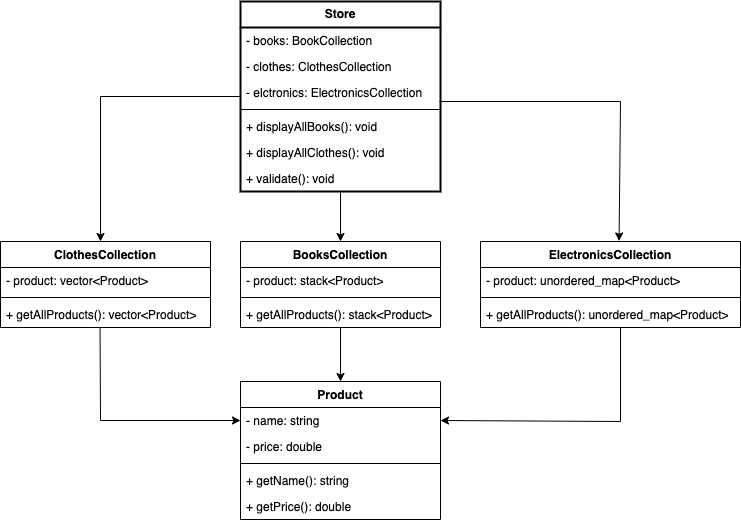
Above: Iterator/Diagram/Naive.drawio.png in namkiet/Seminar-CS202 (draw.io), before the change. Source tidied: cells renumbered, new cells last; positions are measured from the earlier drawing's top-left corner, leaving out a move shared by most shapes.
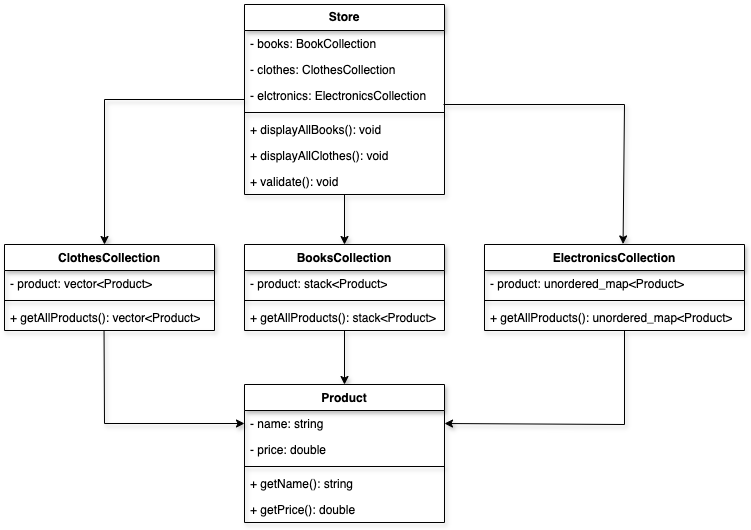
The same diagram one commit later.

The edit, as a diff of the source:
```diff
@@ -1,50 +1,50 @@
-<mxGraphModel>
+<mxGraphModel background="#ffffff">
   <root>
     <mxCell id="0" />
     <mxCell id="1" parent="0" />
-    <mxCell id="2" style="edgeStyle=none;html=1;entryX=0.5;entryY=0;entryDx=0;entryDy=0;rounded=0;curved=0;" parent="1" edge="1" source="3" target="12">
+    <mxCell id="2" style="edgeStyle=none;html=1;entryX=0.5;entryY=0;entryDx=0;entryDy=0;rounded=0;curved=0;shadow=1;" parent="1" edge="1" source="3" target="12">
       <mxGeometry relative="1" as="geometry" />
     </mxCell>
-    <mxCell id="3" value="&lt;b&gt;Store&lt;/b&gt;" style="swimlane;fontStyle=0;horizontal=1;startSize=26;fillColor=none;whiteSpace=wrap;html=1;strokeWidth=2;" parent="1" vertex="1">
+    <mxCell id="3" value="&lt;b&gt;Store&lt;/b&gt;" style="swimlane;fontStyle=0;horizontal=1;startSize=26;whiteSpace=wrap;html=1;strokeWidth=1;shadow=1;" parent="1" vertex="1">
       <mxGeometry x="240" width="200" height="190" as="geometry" />
     </mxCell>
-    <mxCell id="4" value="- books: BookCollection" style="text;strokeColor=none;fillColor=none;align=left;verticalAlign=top;spacingLeft=4;spacingRight=4;overflow=hidden;whiteSpace=wrap;html=1;" parent="3" vertex="1">
+    <mxCell id="4" value="- books: BookCollection" style="text;align=left;verticalAlign=top;spacingLeft=4;spacingRight=4;overflow=hidden;whiteSpace=wrap;html=1;shadow=1;" parent="3" vertex="1">
       <mxGeometry y="26" width="200" height="26" as="geometry" />
     </mxCell>
-    <mxCell id="5" value="- clothes: ClothesCollection" style="text;strokeColor=none;fillColor=none;align=left;verticalAlign=top;spacingLeft=4;spacingRight=4;overflow=hidden;whiteSpace=wrap;html=1;" parent="3" vertex="1">
+    <mxCell id="5" value="- clothes: ClothesCollection" style="text;align=left;verticalAlign=top;spacingLeft=4;spacingRight=4;overflow=hidden;whiteSpace=wrap;html=1;shadow=1;" parent="3" vertex="1">
       <mxGeometry y="52" width="200" height="26" as="geometry" />
     </mxCell>
-    <mxCell id="6" value="- elctronics: ElectronicsCollection" style="text;strokeColor=none;fillColor=none;align=left;verticalAlign=top;spacingLeft=4;spacingRight=4;overflow=hidden;points=[[0,0.5],[1,0.5]];portConstraint=eastwest;whiteSpace=wrap;html=1;" parent="3" vertex="1">
+    <mxCell id="6" value="- elctronics: ElectronicsCollection" style="text;align=left;verticalAlign=top;spacingLeft=4;spacingRight=4;overflow=hidden;points=[[0,0.5],[1,0.5]];portConstraint=eastwest;whiteSpace=wrap;html=1;shadow=1;" parent="3" vertex="1">
       <mxGeometry y="78" width="200" height="26" as="geometry" />
     </mxCell>
-    <mxCell id="7" style="line;strokeWidth=1;fillColor=none;align=left;verticalAlign=middle;spacingTop=-1;spacingLeft=3;spacingRight=3;labelPosition=right;strokeColor=inherit;" parent="3" vertex="1">
+    <mxCell id="7" style="line;strokeWidth=1;align=left;verticalAlign=middle;spacingTop=-1;spacingLeft=3;spacingRight=3;labelPosition=right;shadow=1;" parent="3" vertex="1">
       <mxGeometry y="104" width="200" height="8" as="geometry" />
     </mxCell>
-    <mxCell id="8" value="+ displayAllBooks(): void" style="text;strokeColor=none;fillColor=none;align=left;verticalAlign=top;spacingLeft=4;spacingRight=4;overflow=hidden;whiteSpace=wrap;html=1;" parent="3" vertex="1">
+    <mxCell id="8" value="+ displayAllBooks(): void" style="text;align=left;verticalAlign=top;spacingLeft=4;spacingRight=4;overflow=hidden;whiteSpace=wrap;html=1;shadow=1;" parent="3" vertex="1">
       <mxGeometry y="112" width="200" height="26" as="geometry" />
     </mxCell>
-    <mxCell id="9" value="&lt;span style=&quot;color: rgb(0, 0, 0);&quot;&gt;+ displayAllClothes(): void&lt;/span&gt;" style="text;strokeColor=none;fillColor=none;align=left;verticalAlign=top;spacingLeft=4;spacingRight=4;overflow=hidden;whiteSpace=wrap;html=1;" parent="3" vertex="1">
+    <mxCell id="9" value="&lt;span style=&quot;color: rgb(0, 0, 0);&quot;&gt;+ displayAllClothes(): void&lt;/span&gt;" style="text;align=left;verticalAlign=top;spacingLeft=4;spacingRight=4;overflow=hidden;whiteSpace=wrap;html=1;shadow=1;" parent="3" vertex="1">
       <mxGeometry y="138" width="200" height="26" as="geometry" />
     </mxCell>
-    <mxCell id="10" value="+ validate(): void" style="text;strokeColor=none;fillColor=none;align=left;verticalAlign=top;spacingLeft=4;spacingRight=4;overflow=hidden;whiteSpace=wrap;html=1;" parent="3" vertex="1">
+    <mxCell id="10" value="+ validate(): void" style="text;align=left;verticalAlign=top;spacingLeft=4;spacingRight=4;overflow=hidden;whiteSpace=wrap;html=1;shadow=1;" parent="3" vertex="1">
       <mxGeometry y="164" width="200" height="26" as="geometry" />
     </mxCell>
-    <mxCell id="11" style="edgeStyle=none;html=1;rounded=0;curved=0;" parent="1" edge="1" source="12" target="28">
+    <mxCell id="11" style="edgeStyle=none;html=1;rounded=0;curved=0;shadow=1;" parent="1" edge="1" source="12" target="28">
       <mxGeometry relative="1" as="geometry" />
     </mxCell>
-    <mxCell id="12" value="BooksCollection" style="swimlane;fontStyle=1;align=center;verticalAlign=top;horizontal=1;startSize=26;whiteSpace=wrap;html=1;" parent="1" vertex="1">
+    <mxCell id="12" value="BooksCollection" style="swimlane;fontStyle=1;align=center;verticalAlign=top;horizontal=1;startSize=26;whiteSpace=wrap;html=1;shadow=1;" parent="1" vertex="1">
       <mxGeometry x="240" y="240" width="200" height="86" as="geometry" />
     </mxCell>
-    <mxCell id="13" value="- product: stack&amp;lt;Product&amp;gt;" style="text;strokeColor=none;fillColor=none;align=left;verticalAlign=top;spacingLeft=4;spacingRight=4;overflow=hidden;whiteSpace=wrap;html=1;" parent="12" vertex="1">
+    <mxCell id="13" value="- product: stack&amp;lt;Product&amp;gt;" style="text;align=left;verticalAlign=top;spacingLeft=4;spacingRight=4;overflow=hidden;whiteSpace=wrap;html=1;shadow=1;" parent="12" vertex="1">
       <mxGeometry y="26" width="200" height="26" as="geometry" />
     </mxCell>
-    <mxCell id="14" style="line;strokeWidth=1;fillColor=none;align=left;verticalAlign=middle;spacingTop=-1;spacingLeft=3;spacingRight=3;labelPosition=right;strokeColor=inherit;" parent="12" vertex="1">
+    <mxCell id="14" style="line;strokeWidth=1;align=left;verticalAlign=middle;spacingTop=-1;spacingLeft=3;spacingRight=3;labelPosition=right;shadow=1;" parent="12" vertex="1">
       <mxGeometry y="52" width="200" height="8" as="geometry" />
     </mxCell>
-    <mxCell id="15" value="+ getAllProducts(): stack&amp;lt;Product&amp;gt;" style="text;strokeColor=none;fillColor=none;align=left;verticalAlign=top;spacingLeft=4;spacingRight=4;overflow=hidden;whiteSpace=wrap;html=1;" parent="12" vertex="1">
+    <mxCell id="15" value="+ getAllProducts(): stack&amp;lt;Product&amp;gt;" style="text;align=left;verticalAlign=top;spacingLeft=4;spacingRight=4;overflow=hidden;whiteSpace=wrap;html=1;shadow=1;" parent="12" vertex="1">
       <mxGeometry y="60" width="200" height="26" as="geometry" />
     </mxCell>
-    <mxCell id="16" style="edgeStyle=none;html=1;exitX=0;exitY=0.5;exitDx=0;exitDy=0;rounded=0;curved=0;" parent="1" edge="1" source="3">
+    <mxCell id="16" style="edgeStyle=none;html=1;exitX=0;exitY=0.5;exitDx=0;exitDy=0;rounded=0;curved=0;shadow=1;" parent="1" edge="1" source="3">
       <mxGeometry relative="1" as="geometry">
         <mxPoint x="100" y="240" as="targetPoint" />
         <Array as="points">
@@ -52,33 +52,33 @@
         </Array>
       </mxGeometry>
     </mxCell>
-    <mxCell id="17" style="edgeStyle=none;html=1;exitX=0.995;exitY=0.846;exitDx=0;exitDy=0;exitPerimeter=0;entryX=0.533;entryY=-0.006;entryDx=0;entryDy=0;entryPerimeter=0;rounded=0;curved=0;" parent="1" edge="1" source="6" target="24">
+    <mxCell id="17" style="edgeStyle=none;html=1;exitX=0.995;exitY=0.846;exitDx=0;exitDy=0;exitPerimeter=0;entryX=0.533;entryY=-0.006;entryDx=0;entryDy=0;entryPerimeter=0;rounded=0;curved=0;shadow=1;" parent="1" edge="1" source="6" target="24">
       <mxGeometry relative="1" as="geometry">
         <Array as="points">
           <mxPoint x="620" y="100" />
         </Array>
       </mxGeometry>
     </mxCell>
-    <mxCell id="18" style="edgeStyle=none;html=1;exitX=0.474;exitY=1.019;exitDx=0;exitDy=0;exitPerimeter=0;entryX=0;entryY=0.5;entryDx=0;entryDy=0;rounded=0;curved=0;" parent="1" edge="1" source="22" target="29">
+    <mxCell id="18" style="edgeStyle=none;html=1;exitX=0.474;exitY=1.019;exitDx=0;exitDy=0;exitPerimeter=0;entryX=0;entryY=0.5;entryDx=0;entryDy=0;rounded=0;curved=0;shadow=1;" parent="1" edge="1" source="22" target="29">
       <mxGeometry relative="1" as="geometry">
         <Array as="points">
           <mxPoint x="100" y="419" />
         </Array>
       </mxGeometry>
     </mxCell>
-    <mxCell id="19" value="ClothesCollection" style="swimlane;fontStyle=1;align=center;verticalAlign=top;horizontal=1;startSize=26;whiteSpace=wrap;html=1;" parent="1" vertex="1">
+    <mxCell id="19" value="ClothesCollection" style="swimlane;fontStyle=1;align=center;verticalAlign=top;horizontal=1;startSize=26;whiteSpace=wrap;html=1;shadow=1;" parent="1" vertex="1">
       <mxGeometry y="240" width="210" height="86" as="geometry" />
     </mxCell>
-    <mxCell id="20" value="- product: vector&amp;lt;Product&amp;gt;" style="text;strokeColor=none;fillColor=none;align=left;verticalAlign=top;spacingLeft=4;spacingRight=4;overflow=hidden;whiteSpace=wrap;html=1;" parent="19" vertex="1">
+    <mxCell id="20" value="- product: vector&amp;lt;Product&amp;gt;" style="text;align=left;verticalAlign=top;spacingLeft=4;spacingRight=4;overflow=hidden;whiteSpace=wrap;html=1;shadow=1;" parent="19" vertex="1">
       <mxGeometry y="26" width="210" height="26" as="geometry" />
     </mxCell>
-    <mxCell id="21" style="line;strokeWidth=1;fillColor=none;align=left;verticalAlign=middle;spacingTop=-1;spacingLeft=3;spacingRight=3;labelPosition=right;strokeColor=inherit;" parent="19" vertex="1">
+    <mxCell id="21" style="line;strokeWidth=1;align=left;verticalAlign=middle;spacingTop=-1;spacingLeft=3;spacingRight=3;labelPosition=right;shadow=1;" parent="19" vertex="1">
       <mxGeometry y="52" width="210" height="8" as="geometry" />
     </mxCell>
-    <mxCell id="22" value="+ getAllProducts(): vector&amp;lt;Product&amp;gt;" style="text;strokeColor=none;fillColor=none;align=left;verticalAlign=top;spacingLeft=4;spacingRight=4;overflow=hidden;points=[[0,0.5],[1,0.5]];portConstraint=eastwest;whiteSpace=wrap;html=1;" parent="19" vertex="1">
+    <mxCell id="22" value="+ getAllProducts(): vector&amp;lt;Product&amp;gt;" style="text;align=left;verticalAlign=top;spacingLeft=4;spacingRight=4;overflow=hidden;points=[[0,0.5],[1,0.5]];portConstraint=eastwest;whiteSpace=wrap;html=1;shadow=1;" parent="19" vertex="1">
       <mxGeometry y="60" width="210" height="26" as="geometry" />
     </mxCell>
-    <mxCell id="23" style="edgeStyle=none;html=1;entryX=1;entryY=0.5;entryDx=0;entryDy=0;rounded=0;curved=0;" parent="1" edge="1" target="29">
+    <mxCell id="23" style="edgeStyle=none;html=1;entryX=1;entryY=0.5;entryDx=0;entryDy=0;rounded=0;curved=0;shadow=1;" parent="1" edge="1" target="29">
       <mxGeometry relative="1" as="geometry">
         <mxPoint x="620" y="326" as="sourcePoint" />
         <Array as="points">
@@ -86,34 +86,34 @@
         </Array>
       </mxGeometry>
     </mxCell>
-    <mxCell id="24" value="ElectronicsCollection" style="swimlane;fontStyle=1;align=center;verticalAlign=top;horizontal=1;startSize=26;whiteSpace=wrap;html=1;" parent="1" vertex="1">
+    <mxCell id="24" value="ElectronicsCollection" style="swimlane;fontStyle=1;align=center;verticalAlign=top;horizontal=1;startSize=26;whiteSpace=wrap;html=1;shadow=1;" parent="1" vertex="1">
       <mxGeometry x="480" y="240" width="260" height="86" as="geometry" />
     </mxCell>
-    <mxCell id="25" value="- product: unordered_map&amp;lt;Product&amp;gt;" style="text;strokeColor=none;fillColor=none;align=left;verticalAlign=top;spacingLeft=4;spacingRight=4;overflow=hidden;whiteSpace=wrap;html=1;" parent="24" vertex="1">
+    <mxCell id="25" value="- product: unordered_map&amp;lt;Product&amp;gt;" style="text;align=left;verticalAlign=top;spacingLeft=4;spacingRight=4;overflow=hidden;whiteSpace=wrap;html=1;shadow=1;" parent="24" vertex="1">
       <mxGeometry y="26" width="260" height="26" as="geometry" />
     </mxCell>
-    <mxCell id="26" style="line;strokeWidth=1;fillColor=none;align=left;verticalAlign=middle;spacingTop=-1;spacingLeft=3;spacingRight=3;labelPosition=right;strokeColor=inherit;" parent="24" vertex="1">
+    <mxCell id="26" style="line;strokeWidth=1;align=left;verticalAlign=middle;spacingTop=-1;spacingLeft=3;spacingRight=3;labelPosition=right;shadow=1;" parent="24" vertex="1">
       <mxGeometry y="52" width="260" height="8" as="geometry" />
     </mxCell>
-    <mxCell id="27" value="+ getAllProducts(): unordered_map&amp;lt;Product&amp;gt;" style="text;strokeColor=none;fillColor=none;align=left;verticalAlign=top;spacingLeft=4;spacingRight=4;overflow=hidden;whiteSpace=wrap;html=1;" parent="24" vertex="1">
+    <mxCell id="27" value="+ getAllProducts(): unordered_map&amp;lt;Product&amp;gt;" style="text;align=left;verticalAlign=top;spacingLeft=4;spacingRight=4;overflow=hidden;whiteSpace=wrap;html=1;shadow=1;" parent="24" vertex="1">
       <mxGeometry y="60" width="260" height="26" as="geometry" />
     </mxCell>
-    <mxCell id="28" value="Product" style="swimlane;fontStyle=1;align=center;verticalAlign=top;horizontal=1;startSize=26;whiteSpace=wrap;html=1;" parent="1" vertex="1">
+    <mxCell id="28" value="Product" style="swimlane;fontStyle=1;align=center;verticalAlign=top;horizontal=1;startSize=26;whiteSpace=wrap;html=1;shadow=1;" parent="1" vertex="1">
       <mxGeometry x="240" y="380" width="200" height="138" as="geometry" />
     </mxCell>
-    <mxCell id="29" value="- name: string" style="text;strokeColor=none;fillColor=none;align=left;verticalAlign=top;spacingLeft=4;spacingRight=4;overflow=hidden;points=[[0,0.5],[1,0.5]];portConstraint=eastwest;whiteSpace=wrap;html=1;" parent="28" vertex="1">
+    <mxCell id="29" value="- name: string" style="text;align=left;verticalAlign=top;spacingLeft=4;spacingRight=4;overflow=hidden;points=[[0,0.5],[1,0.5]];portConstraint=eastwest;whiteSpace=wrap;html=1;shadow=1;" parent="28" vertex="1">
       <mxGeometry y="26" width="200" height="26" as="geometry" />
     </mxCell>
-    <mxCell id="30" value="- price: double" style="text;strokeColor=none;fillColor=none;align=left;verticalAlign=top;spacingLeft=4;spacingRight=4;overflow=hidden;whiteSpace=wrap;html=1;" parent="28" vertex="1">
+    <mxCell id="30" value="- price: double" style="text;align=left;verticalAlign=top;spacingLeft=4;spacingRight=4;overflow=hidden;whiteSpace=wrap;html=1;shadow=1;" parent="28" vertex="1">
       <mxGeometry y="52" width="200" height="26" as="geometry" />
     </mxCell>
-    <mxCell id="31" style="line;strokeWidth=1;fillColor=none;align=left;verticalAlign=middle;spacingTop=-1;spacingLeft=3;spacingRight=3;labelPosition=right;strokeColor=inherit;" parent="28" vertex="1">
+    <mxCell id="31" style="line;strokeWidth=1;align=left;verticalAlign=middle;spacingTop=-1;spacingLeft=3;spacingRight=3;labelPosition=right;shadow=1;" parent="28" vertex="1">
       <mxGeometry y="78" width="200" height="8" as="geometry" />
     </mxCell>
-    <mxCell id="32" value="+ getName(): string" style="text;strokeColor=none;fillColor=none;align=left;verticalAlign=top;spacingLeft=4;spacingRight=4;overflow=hidden;whiteSpace=wrap;html=1;" parent="28" vertex="1">
+    <mxCell id="32" value="+ getName(): string" style="text;align=left;verticalAlign=top;spacingLeft=4;spacingRight=4;overflow=hidden;whiteSpace=wrap;html=1;shadow=1;" parent="28" vertex="1">
       <mxGeometry y="86" width="200" height="26" as="geometry" />
     </mxCell>
-    <mxCell id="33" value="+ getPrice(): double" style="text;strokeColor=none;fillColor=none;align=left;verticalAlign=top;spacingLeft=4;spacingRight=4;overflow=hidden;whiteSpace=wrap;html=1;" parent="28" vertex="1">
+    <mxCell id="33" value="+ getPrice(): double" style="text;align=left;verticalAlign=top;spacingLeft=4;spacingRight=4;overflow=hidden;whiteSpace=wrap;html=1;shadow=1;" parent="28" vertex="1">
       <mxGeometry y="112" width="200" height="26" as="geometry" />
     </mxCell>
   </root>
```
